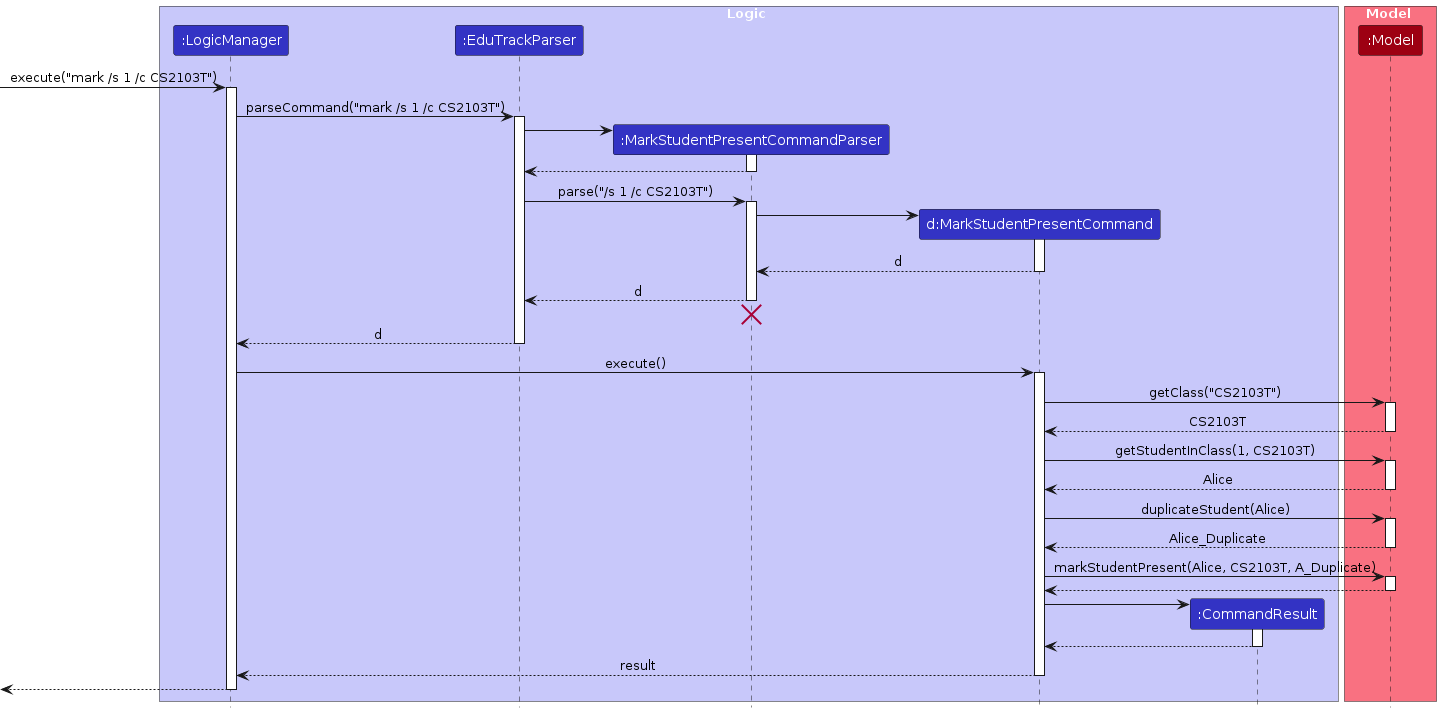
The PlantUML diagram diagrams/MarkStudentSequenceDiagram.png in AY2324S1-CS2103T-T15-3/tp, before a commit. Its source is kept beside it as diagrams/MarkStudentSequenceDiagram.puml. The source it was exported from:
```plantuml
@startuml
!include style.puml
skinparam ArrowFontStyle plain

box Logic LOGIC_COLOR_T1
participant ":LogicManager" as LogicManager LOGIC_COLOR
participant ":EduTrackParser" as EduTrackParser LOGIC_COLOR
participant ":MarkStudentPresentCommandParser" as MarkStudentPresentCommandParser LOGIC_COLOR
participant "d:MarkStudentPresentCommand" as MarkStudentPresentCommand LOGIC_COLOR
participant ":CommandResult" as CommandResult LOGIC_COLOR
end box

box Model MODEL_COLOR_T1
participant ":Model" as Model MODEL_COLOR
end box

[-> LogicManager : execute("mark /s 1 /c CS2103T")
activate LogicManager

LogicManager -> EduTrackParser : parseCommand("mark /s 1 /c CS2103T")
activate EduTrackParser

create MarkStudentPresentCommandParser
EduTrackParser -> MarkStudentPresentCommandParser
activate MarkStudentPresentCommandParser

MarkStudentPresentCommandParser --> EduTrackParser
deactivate MarkStudentPresentCommandParser

EduTrackParser -> MarkStudentPresentCommandParser : parse("/s 1 /c CS2103T")
activate MarkStudentPresentCommandParser

create MarkStudentPresentCommand
MarkStudentPresentCommandParser -> MarkStudentPresentCommand
activate MarkStudentPresentCommand

MarkStudentPresentCommand --> MarkStudentPresentCommandParser : d
deactivate MarkStudentPresentCommand

MarkStudentPresentCommandParser --> EduTrackParser : d
deactivate MarkStudentPresentCommandParser
MarkStudentPresentCommandParser -[hidden]-> EduTrackParser
destroy MarkStudentPresentCommandParser

EduTrackParser --> LogicManager : d
deactivate EduTrackParser

LogicManager -> MarkStudentPresentCommand : execute()
activate MarkStudentPresentCommand

MarkStudentPresentCommand -> Model : getClass("CS2103T")
activate Model

Model --> MarkStudentPresentCommand : CS2103T
deactivate Model

MarkStudentPresentCommand -> Model : getStudentInClass(1, CS2103T)
activate Model

Model --> MarkStudentPresentCommand : Alice
deactivate Model

MarkStudentPresentCommand -> Model : duplicateStudent(Alice)
activate Model

Model --> MarkStudentPresentCommand : Alice_Duplicate
deactivate Model

MarkStudentPresentCommand -> Model : markStudentPresent(Alice, CS2103T, A_Duplicate)
activate Model

Model --> MarkStudentPresentCommand
deactivate Model

create CommandResult
MarkStudentPresentCommand -> CommandResult
activate CommandResult

CommandResult --> MarkStudentPresentCommand
deactivate CommandResult

MarkStudentPresentCommand --> LogicManager : result
deactivate MarkStudentPresentCommand

[<--LogicManager
deactivate LogicManager
@enduml
```
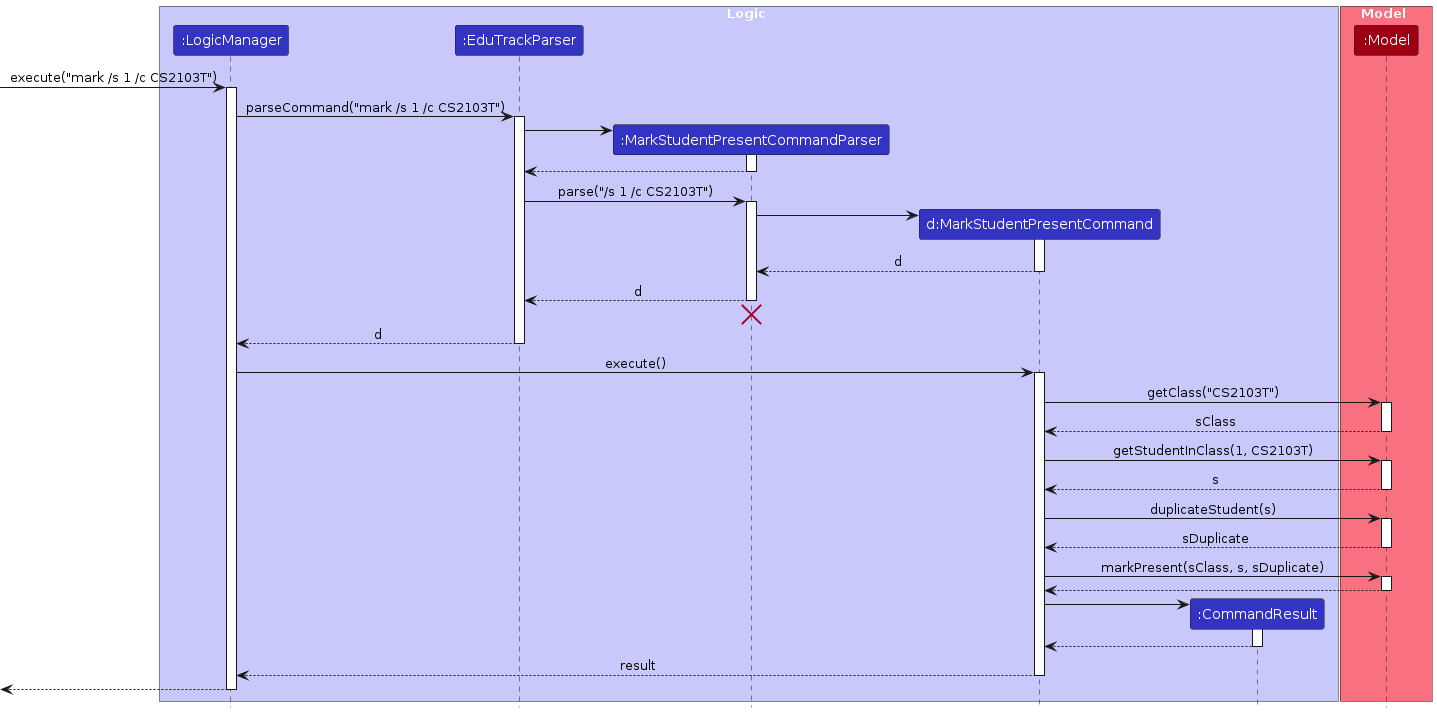
The same file after the commit.

The edit, as a diff of the source:
```diff
@@ -51,22 +51,22 @@
 MarkStudentPresentCommand -> Model : getClass("CS2103T")
 activate Model
 
-Model --> MarkStudentPresentCommand : CS2103T
+Model --> MarkStudentPresentCommand : sClass
 deactivate Model
 
 MarkStudentPresentCommand -> Model : getStudentInClass(1, CS2103T)
 activate Model
 
-Model --> MarkStudentPresentCommand : Alice
+Model --> MarkStudentPresentCommand : s
 deactivate Model
 
-MarkStudentPresentCommand -> Model : duplicateStudent(Alice)
+MarkStudentPresentCommand -> Model : duplicateStudent(s)
 activate Model
 
-Model --> MarkStudentPresentCommand : Alice_Duplicate
+Model --> MarkStudentPresentCommand : sDuplicate
 deactivate Model
 
-MarkStudentPresentCommand -> Model : markStudentPresent(Alice, CS2103T, A_Duplicate)
+MarkStudentPresentCommand -> Model : markPresent(sClass, s, sDuplicate)
 activate Model
 
 Model --> MarkStudentPresentCommand
```
